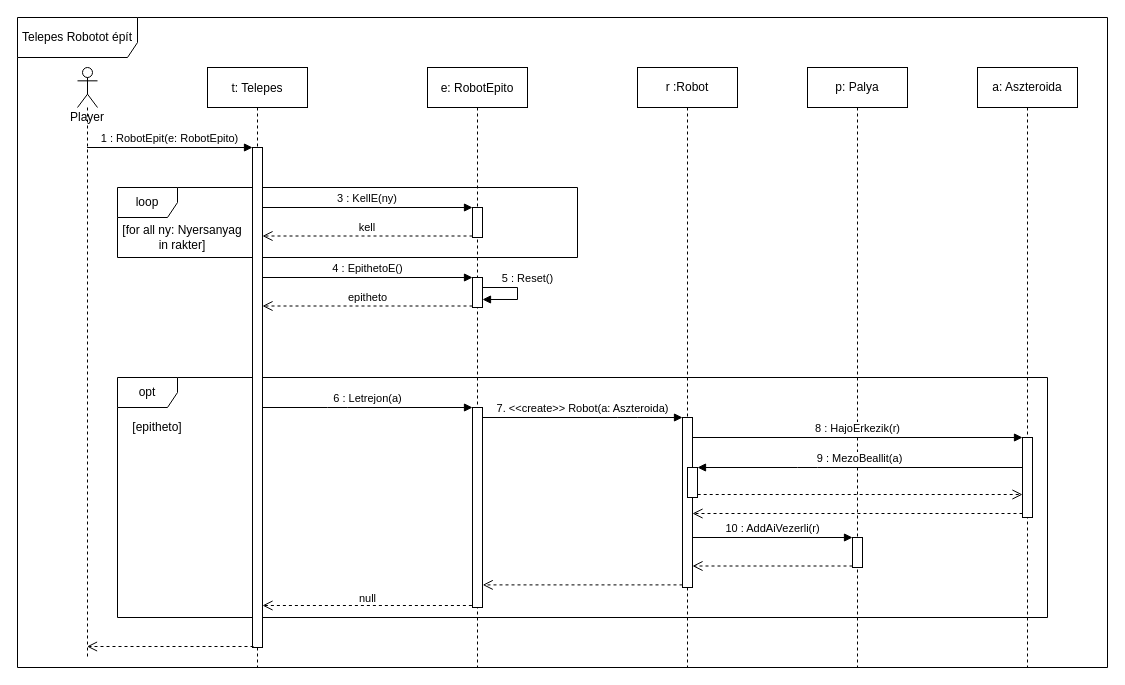
The draw.io diagram doc/szekvencia/szek_TelepesRobototEpit.drawio in torpeBoiGo/aszteroidabanyaszat, before the edit. Source tidied: cells renumbered, new cells numbered last; positions are measured from the earlier drawing's top-left corner, leaving out a move shared by most shapes. Both pictures are drawn from the tidied source at 100%, with x=0, y=0 at pixel (17, 17).
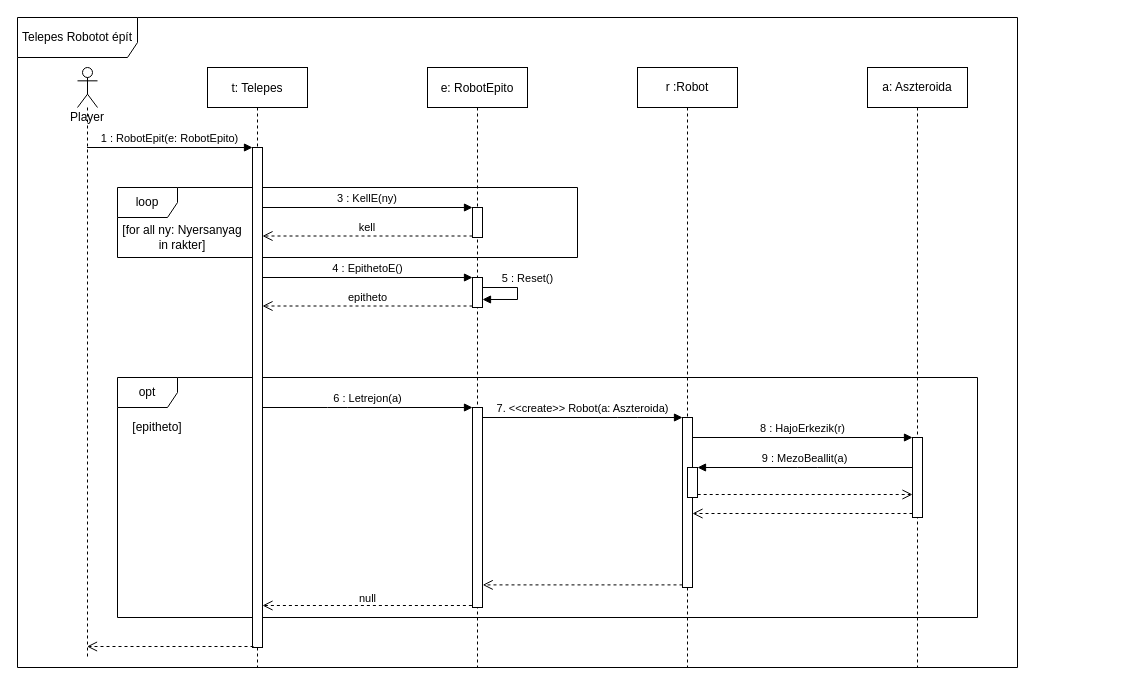
The same page after the edit.

Commit message:
Palya leszedve

The change refers to these unchanged cells:
```xml
<mxCell id="34" style="html=1;points=[];perimeter=orthogonalPerimeter;" parent="33" vertex="1">
  <mxGeometry x="45" y="350" width="10" height="170" as="geometry" />
</mxCell>
```

Diff of the diagram source:
```diff
@@
     <mxCell id="2" value="Telepes Robotot épít" style="shape=umlFrame;whiteSpace=wrap;html=1;width=120;height=40;" parent="1" vertex="1">
-      <mxGeometry width="1090" height="650" as="geometry" />
+      <mxGeometry width="1000" height="650" as="geometry" />
     </mxCell>
     <mxCell id="3" value="opt" style="shape=umlFrame;whiteSpace=wrap;html=1;" parent="1" vertex="1">
-      <mxGeometry x="100" y="360" width="930" height="240" as="geometry" />
+      <mxGeometry x="100" y="360" width="860" height="240" as="geometry" />
     </mxCell>
@@
-    <mxCell id="19" value="p: Palya" style="shape=umlLifeline;perimeter=lifelinePerimeter;whiteSpace=wrap;html=1;" parent="1" vertex="1">
-      <mxGeometry x="790" y="50" width="100" height="600" as="geometry" />
-    </mxCell>
-    <mxCell id="20" style="html=1;points=[];perimeter=orthogonalPerimeter;" parent="19" vertex="1">
-      <mxGeometry x="45" y="470" width="10" height="30" as="geometry" />
-    </mxCell>
-    <mxCell id="21" value="10 : AddAiVezerli(r)" style="html=1;verticalAlign=bottom;endArrow=block;entryX=0;entryY=0;" parent="1" edge="1" source="34" target="20">
-      <mxGeometry relative="1" as="geometry" />
-    </mxCell>
-    <mxCell id="22" style="html=1;verticalAlign=bottom;endArrow=open;dashed=1;endSize=8;exitX=0;exitY=0.95;" parent="1" edge="1" source="20" target="34">
-      <mxGeometry relative="1" as="geometry" />
-    </mxCell>
     <mxCell id="23" value="a: Aszteroida" style="shape=umlLifeline;perimeter=lifelinePerimeter;whiteSpace=wrap;html=1;" parent="1" vertex="1">
-      <mxGeometry x="960" y="50" width="100" height="600" as="geometry" />
+      <mxGeometry x="850" y="50" width="100" height="600" as="geometry" />
     </mxCell>
```
